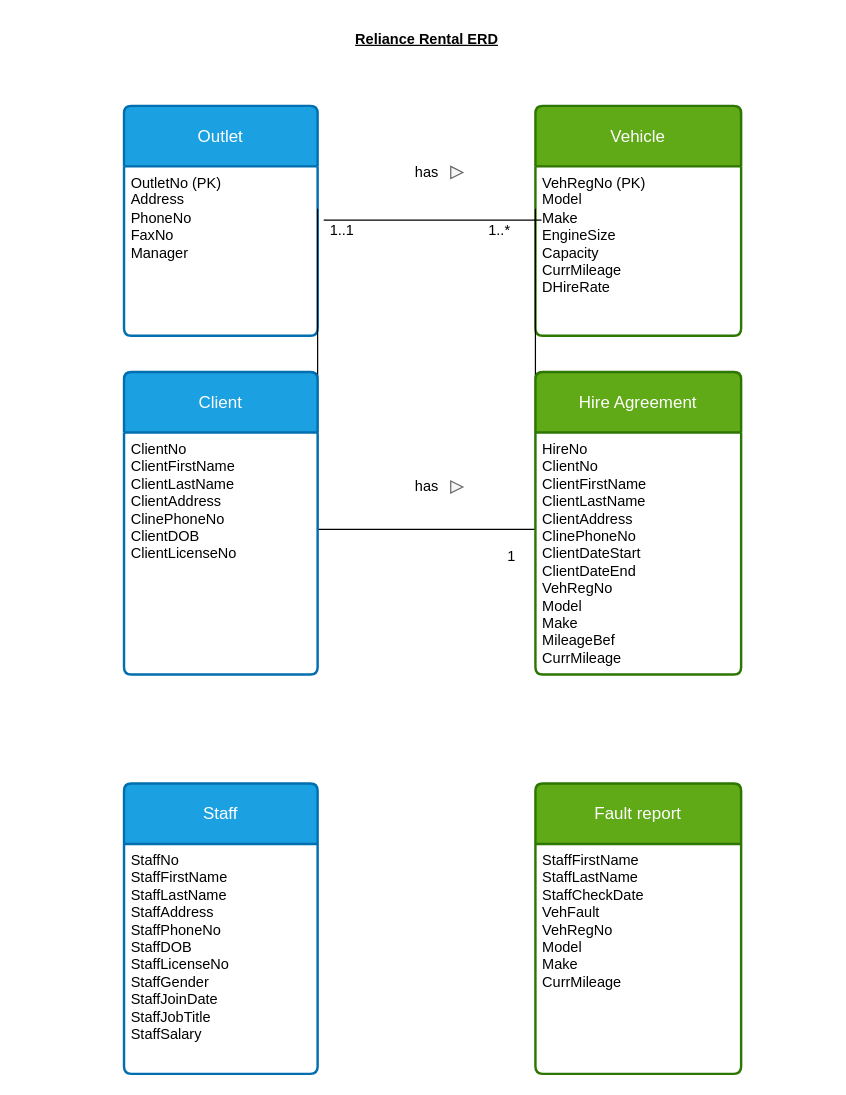
Zenorang/Website keeps this draw.io diagram as Untitled Diagram.drawio. Above is the earlier version. Source tidied: cells renumbered, new cells numbered last; positions are measured from the earlier drawing's top-left corner, leaving out a move shared by most shapes. Both pictures are drawn from the tidied source at 121%, with x=0, y=0 at pixel (123, 21).
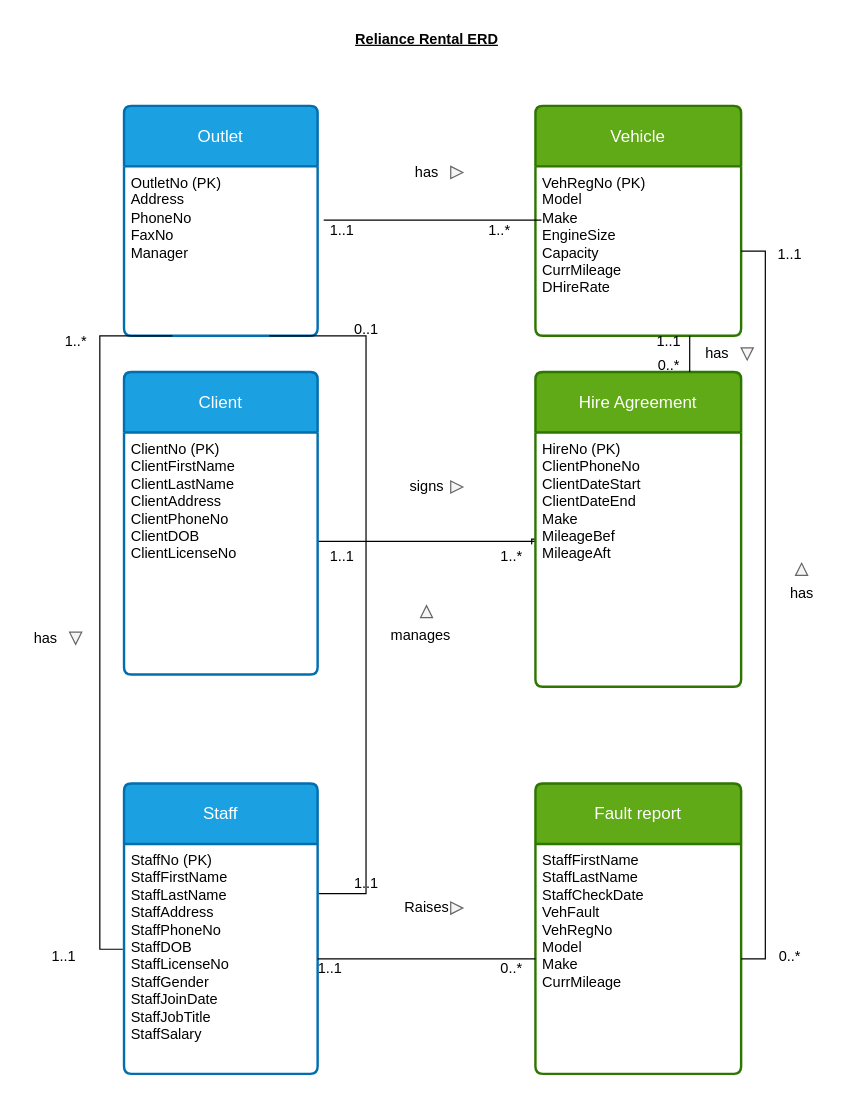
The same page after the edit.

The change refers to these unchanged cells:
```xml
<mxCell id="3" value="OutletNo (PK)&lt;div&gt;Address&lt;/div&gt;&lt;div&gt;PhoneNo&lt;/div&gt;&lt;div&gt;FaxNo&lt;/div&gt;&lt;div&gt;&lt;span&gt;&lt;font style=&quot;color: light-dark(rgb(0, 0, 0), rgb(102, 102, 255));&quot;&gt;Manager&lt;/font&gt;&lt;/span&gt;&lt;/div&gt;" style="align=left;strokeColor=none;fillColor=none;spacingLeft=4;spacingRight=4;fontSize=12;verticalAlign=top;html=1;whiteSpace=wrap;" parent="2" vertex="1">
  <mxGeometry y="50" width="160" height="140" as="geometry" />
</mxCell>
<mxCell id="5" value="VehRegNo (PK)&lt;div&gt;Model&lt;/div&gt;&lt;div&gt;Make&lt;/div&gt;&lt;div&gt;EngineSize&lt;/div&gt;&lt;div&gt;Capacity&lt;/div&gt;&lt;div&gt;CurrMileage&lt;/div&gt;&lt;div&gt;DHireRate&lt;/div&gt;" style="align=left;strokeColor=none;fillColor=none;spacingLeft=4;spacingRight=4;fontSize=12;verticalAlign=top;html=1;whiteSpace=wrap;" parent="4" vertex="1">
  <mxGeometry y="50" width="170" height="140" as="geometry" />
</mxCell>
<mxCell id="12" value="Client" style="swimlane;horizontal=1;startSize=50;rounded=1;fontSize=14;fontStyle=0;strokeWidth=2;shadow=0;dashed=0;align=center;arcSize=4;whiteSpace=wrap;html=1;fillColor=#1ba1e2;fontColor=#ffffff;strokeColor=#006EAF;" parent="1" vertex="1">
  <mxGeometry y="290" width="160" height="250" as="geometry" />
</mxCell>
<mxCell id="16" value="Staff" style="swimlane;horizontal=1;startSize=50;rounded=1;fontSize=14;fontStyle=0;strokeWidth=2;shadow=0;dashed=0;align=center;arcSize=4;whiteSpace=wrap;html=1;fillColor=#1ba1e2;fontColor=#ffffff;strokeColor=#006EAF;" parent="1" vertex="1">
  <mxGeometry y="630" width="160" height="240" as="geometry" />
</mxCell>
<mxCell id="19" value="StaffFirstName&lt;div&gt;StaffLastName&lt;/div&gt;&lt;div&gt;StaffCheckDate&lt;/div&gt;&lt;div&gt;VehFault&lt;/div&gt;&lt;div&gt;VehRegNo&lt;/div&gt;&lt;div&gt;Model&lt;/div&gt;&lt;div&gt;Make&lt;/div&gt;&lt;div&gt;CurrMileage&lt;/div&gt;" style="align=left;strokeColor=none;fillColor=none;spacingLeft=4;spacingRight=4;fontSize=12;verticalAlign=top;html=1;whiteSpace=wrap;" parent="18" vertex="1">
  <mxGeometry y="50" width="170" height="190" as="geometry" />
</mxCell>
```

Change to the diagram source:
```diff
@@
-    <mxCell id="7" style="edgeStyle=orthogonalEdgeStyle;rounded=0;jettySize=auto;html=1;exitX=1;exitY=0.25;exitDx=0;exitDy=0;entryX=0;entryY=0.25;entryDx=0;entryDy=0;endArrow=none;startFill=0;" parent="1" edge="1" source="3" target="5">
+    <mxCell id="7" style="edgeStyle=orthogonalEdgeStyle;rounded=0;jettySize=auto;html=1;entryX=-0.018;entryY=0.44;entryDx=0;entryDy=0;endArrow=none;startFill=0;entryPerimeter=0;" parent="1" edge="1" source="13" target="15">
       <mxGeometry relative="1" as="geometry">
         <Array as="points">
-          <mxPoint x="160" y="420" />
-          <mxPoint x="340" y="420" />
+          <mxPoint x="340" y="430" />
+          <mxPoint x="340" y="428" />
         </Array>
       </mxGeometry>
     </mxCell>
@@
+    <mxCell id="24" style="edgeStyle=orthogonalEdgeStyle;rounded=0;jettySize=auto;html=1;exitX=-0.006;exitY=0.458;exitDx=0;exitDy=0;entryX=0.25;entryY=1;entryDx=0;entryDy=0;endArrow=none;startFill=0;exitPerimeter=0;" parent="1" edge="1" source="17" target="3">
+      <mxGeometry relative="1" as="geometry">
+        <Array as="points">
+          <mxPoint x="-20" y="767" />
+          <mxPoint x="-20" y="260" />
+        </Array>
+      </mxGeometry>
+    </mxCell>
@@
-    <mxCell id="13" value="&lt;div&gt;ClientNo&lt;/div&gt;&lt;div&gt;&lt;span style=&quot;background-color: transparent; color: light-dark(rgb(0, 0, 0), rgb(255, 255, 255));&quot;&gt;ClientFirstName&lt;/span&gt;&lt;/div&gt;&lt;div&gt;&lt;span style=&quot;background-color: transparent; color: light-dark(rgb(0, 0, 0), rgb(255, 255, 255));&quot;&gt;ClientLastName&lt;/span&gt;&lt;/div&gt;&lt;div&gt;&lt;span style=&quot;background-color: transparent; color: light-dark(rgb(0, 0, 0), rgb(255, 255, 255));&quot;&gt;ClientAddress&lt;/span&gt;&lt;/div&gt;&lt;div&gt;ClinePhoneNo&lt;/div&gt;&lt;div&gt;ClientDOB&lt;/div&gt;&lt;div&gt;ClientLicenseNo&lt;span style=&quot;white-space: pre;&quot;&gt;&#9;&lt;/span&gt;&lt;/div&gt;" style="align=left;strokeColor=none;fillColor=none;spacingLeft=4;spacingRight=4;fontSize=12;verticalAlign=top;html=1;whiteSpace=wrap;" parent="12" vertex="1">
+    <mxCell id="13" value="&lt;div&gt;ClientNo (PK)&lt;/div&gt;&lt;div&gt;&lt;span style=&quot;background-color: transparent; color: light-dark(rgb(0, 0, 0), rgb(255, 255, 255));&quot;&gt;ClientFirstName&lt;/span&gt;&lt;/div&gt;&lt;div&gt;&lt;span style=&quot;background-color: transparent; color: light-dark(rgb(0, 0, 0), rgb(255, 255, 255));&quot;&gt;ClientLastName&lt;/span&gt;&lt;/div&gt;&lt;div&gt;&lt;span style=&quot;background-color: transparent; color: light-dark(rgb(0, 0, 0), rgb(255, 255, 255));&quot;&gt;ClientAddress&lt;/span&gt;&lt;/div&gt;&lt;div&gt;ClientPhoneNo&lt;/div&gt;&lt;div&gt;ClientDOB&lt;/div&gt;&lt;div&gt;ClientLicenseNo&lt;span style=&quot;white-space: pre;&quot;&gt;&#9;&lt;/span&gt;&lt;/div&gt;" style="align=left;strokeColor=none;fillColor=none;spacingLeft=4;spacingRight=4;fontSize=12;verticalAlign=top;html=1;whiteSpace=wrap;" parent="12" vertex="1">
       <mxGeometry y="50" width="160" height="200" as="geometry" />
     </mxCell>
     <mxCell id="14" value="Hire Agreement" style="swimlane;horizontal=1;startSize=50;rounded=1;fontSize=14;fontStyle=0;strokeWidth=2;shadow=0;dashed=0;align=center;arcSize=4;whiteSpace=wrap;html=1;fillColor=#60a917;fontColor=#ffffff;strokeColor=#2D7600;" parent="1" vertex="1">
-      <mxGeometry x="340" y="290" width="170" height="250" as="geometry" />
+      <mxGeometry x="340" y="290" width="170" height="260" as="geometry" />
     </mxCell>
-    <mxCell id="15" value="HireNo&lt;div&gt;ClientNo&lt;/div&gt;&lt;div&gt;&lt;span style=&quot;background-color: transparent; color: light-dark(rgb(0, 0, 0), rgb(255, 255, 255));&quot;&gt;ClientFirstName&lt;/span&gt;&lt;/div&gt;&lt;div&gt;&lt;span style=&quot;background-color: transparent; color: light-dark(rgb(0, 0, 0), rgb(255, 255, 255));&quot;&gt;ClientLastName&lt;/span&gt;&lt;/div&gt;&lt;div&gt;&lt;span style=&quot;background-color: transparent; color: light-dark(rgb(0, 0, 0), rgb(255, 255, 255));&quot;&gt;ClientAddress&lt;/span&gt;&lt;/div&gt;&lt;div&gt;ClinePhoneNo&lt;/div&gt;&lt;div&gt;ClientDateStart&lt;/div&gt;&lt;div&gt;ClientDateEnd&lt;/div&gt;&lt;div&gt;VehRegNo&lt;/div&gt;&lt;div&gt;Model&lt;/div&gt;&lt;div&gt;Make&lt;/div&gt;&lt;div&gt;MileageBef&lt;/div&gt;&lt;div&gt;CurrMileage&lt;/div&gt;" style="align=left;strokeColor=none;fillColor=none;spacingLeft=4;spacingRight=4;fontSize=12;verticalAlign=top;html=1;whiteSpace=wrap;" parent="14" vertex="1">
-      <mxGeometry y="50" width="170" height="200" as="geometry" />
+    <mxCell id="15" value="HireNo (PK)&lt;div&gt;ClientPhoneNo&lt;/div&gt;&lt;div&gt;ClientDateStart&lt;/div&gt;&lt;div&gt;ClientDateEnd&lt;/div&gt;&lt;div&gt;Make&lt;/div&gt;&lt;div&gt;MileageBef&lt;/div&gt;&lt;div&gt;MileageAft&lt;/div&gt;" style="align=left;strokeColor=none;fillColor=none;spacingLeft=4;spacingRight=4;fontSize=12;verticalAlign=top;html=1;whiteSpace=wrap;" parent="14" vertex="1">
+      <mxGeometry y="50" width="170" height="210" as="geometry" />
     </mxCell>
@@
-    <mxCell id="17" value="StaffNo&lt;div&gt;StaffFirstName&lt;/div&gt;&lt;div&gt;StaffLastName&lt;/div&gt;&lt;div&gt;StaffAddress&lt;/div&gt;&lt;div&gt;StaffPhoneNo&lt;/div&gt;&lt;div&gt;StaffDOB&lt;/div&gt;&lt;div&gt;StaffLicenseNo&lt;/div&gt;&lt;div&gt;StaffGender&lt;/div&gt;&lt;div&gt;StaffJoinDate&lt;/div&gt;&lt;div&gt;StaffJobTitle&lt;/div&gt;&lt;div&gt;StaffSalary&lt;/div&gt;" style="align=left;strokeColor=none;fillColor=none;spacingLeft=4;spacingRight=4;fontSize=12;verticalAlign=top;html=1;whiteSpace=wrap;" parent="16" vertex="1">
+    <mxCell id="17" value="StaffNo (PK)&lt;div&gt;StaffFirstName&lt;/div&gt;&lt;div&gt;StaffLastName&lt;/div&gt;&lt;div&gt;StaffAddress&lt;/div&gt;&lt;div&gt;StaffPhoneNo&lt;/div&gt;&lt;div&gt;StaffDOB&lt;/div&gt;&lt;div&gt;StaffLicenseNo&lt;/div&gt;&lt;div&gt;StaffGender&lt;/div&gt;&lt;div&gt;StaffJoinDate&lt;/div&gt;&lt;div&gt;StaffJobTitle&lt;/div&gt;&lt;div&gt;StaffSalary&lt;/div&gt;" style="align=left;strokeColor=none;fillColor=none;spacingLeft=4;spacingRight=4;fontSize=12;verticalAlign=top;html=1;whiteSpace=wrap;" parent="16" vertex="1">
       <mxGeometry y="50" width="160" height="190" as="geometry" />
     </mxCell>
@@
-    <mxCell id="22" value="has" style="text;html=1;align=center;verticalAlign=middle;strokeColor=none;fillColor=none;" parent="1" vertex="1">
-      <mxGeometry x="230" y="370" width="40" height="30" as="geometry" />
+    <mxCell id="22" value="signs" style="text;html=1;align=center;verticalAlign=middle;strokeColor=none;fillColor=none;" parent="1" vertex="1">
+      <mxGeometry x="225" y="370" width="50" height="30" as="geometry" />
     </mxCell>
-    <mxCell id="23" value="1" style="text;html=1;align=center;verticalAlign=middle;strokeColor=none;fillColor=none;" parent="1" vertex="1">
-      <mxGeometry x="305" y="428" width="30" height="30" as="geometry" />
+    <mxCell id="23" value="&lt;div&gt;1..*&lt;/div&gt;" style="text;html=1;align=center;verticalAlign=middle;strokeColor=none;fillColor=none;" parent="1" vertex="1">
+      <mxGeometry x="300" y="428" width="40" height="30" as="geometry" />
     </mxCell>
+    <mxCell id="25" value="1..1" style="text;html=1;align=center;verticalAlign=middle;strokeColor=none;fillColor=none;" parent="1" vertex="1">
+      <mxGeometry x="160" y="428" width="40" height="30" as="geometry" />
+    </mxCell>
+    <mxCell id="26" style="edgeStyle=orthogonalEdgeStyle;rounded=0;jettySize=auto;html=1;exitX=1;exitY=0.5;exitDx=0;exitDy=0;entryX=0;entryY=0.5;entryDx=0;entryDy=0;startArrow=none;startFill=0;endArrow=none;" parent="1" edge="1" source="17" target="19">
+      <mxGeometry relative="1" as="geometry" />
+    </mxCell>
+    <mxCell id="27" value="Raises" style="text;html=1;align=center;verticalAlign=middle;strokeColor=none;fillColor=none;" parent="1" vertex="1">
+      <mxGeometry x="220" y="718" width="60" height="30" as="geometry" />
+    </mxCell>
+    <mxCell id="28" style="triangle;whiteSpace=wrap;html=1;fillColor=light-dark(#F5F5F5,#1A1919);fontColor=#333333;strokeColor=#666666;" parent="1" vertex="1">
+      <mxGeometry x="270" y="728" width="10" height="10" as="geometry" />
+    </mxCell>
+    <mxCell id="29" value="1..1" style="text;html=1;align=center;verticalAlign=middle;strokeColor=none;fillColor=none;" parent="1" vertex="1">
+      <mxGeometry x="150" y="768" width="40" height="30" as="geometry" />
+    </mxCell>
+    <mxCell id="30" value="0..*" style="text;html=1;align=center;verticalAlign=middle;strokeColor=none;fillColor=none;" parent="1" vertex="1">
+      <mxGeometry x="300" y="768" width="40" height="30" as="geometry" />
+    </mxCell>
+    <mxCell id="31" style="edgeStyle=orthogonalEdgeStyle;rounded=0;jettySize=auto;html=1;exitX=1;exitY=0.5;exitDx=0;exitDy=0;entryX=1;entryY=0.5;entryDx=0;entryDy=0;endArrow=none;startFill=0;" parent="1" edge="1" source="19" target="5">
+      <mxGeometry relative="1" as="geometry" />
+    </mxCell>
+    <mxCell id="32" value="1..1" style="text;html=1;align=center;verticalAlign=middle;strokeColor=none;fillColor=none;" parent="1" vertex="1">
+      <mxGeometry x="530" y="178" width="40" height="30" as="geometry" />
+    </mxCell>
+    <mxCell id="33" value="0..*" style="text;html=1;align=center;verticalAlign=middle;strokeColor=none;fillColor=none;" parent="1" vertex="1">
+      <mxGeometry x="530" y="758" width="40" height="30" as="geometry" />
+    </mxCell>
+    <mxCell id="34" value="has" style="text;html=1;align=center;verticalAlign=middle;strokeColor=none;fillColor=none;" parent="1" vertex="1">
+      <mxGeometry x="540" y="458" width="40" height="30" as="geometry" />
+    </mxCell>
+    <mxCell id="35" style="triangle;whiteSpace=wrap;html=1;fillColor=light-dark(#F5F5F5,#1A1919);fontColor=#333333;strokeColor=#666666;rotation=-90;" parent="1" vertex="1">
+      <mxGeometry x="555" y="448" width="10" height="10" as="geometry" />
+    </mxCell>
+    <mxCell id="36" style="edgeStyle=orthogonalEdgeStyle;rounded=0;jettySize=auto;html=1;exitX=0.75;exitY=1;exitDx=0;exitDy=0;entryX=1.006;entryY=0.216;entryDx=0;entryDy=0;endArrow=none;startFill=0;entryPerimeter=0;" parent="1" edge="1" source="3" target="17">
+      <mxGeometry relative="1" as="geometry">
+        <Array as="points">
+          <mxPoint x="200" y="260" />
+          <mxPoint x="200" y="721" />
+        </Array>
+      </mxGeometry>
+    </mxCell>
+    <mxCell id="37" value="0..1" style="text;html=1;align=center;verticalAlign=middle;strokeColor=none;fillColor=none;" parent="1" vertex="1">
+      <mxGeometry x="180" y="240" width="40" height="30" as="geometry" />
+    </mxCell>
+    <mxCell id="38" value="1..1" style="text;html=1;align=center;verticalAlign=middle;strokeColor=none;fillColor=none;" parent="1" vertex="1">
+      <mxGeometry x="180" y="698" width="40" height="30" as="geometry" />
+    </mxCell>
+    <mxCell id="39" value="manages" style="text;html=1;align=center;verticalAlign=middle;strokeColor=none;fillColor=none;" parent="1" vertex="1">
+      <mxGeometry x="210" y="493" width="70" height="30" as="geometry" />
+    </mxCell>
+    <mxCell id="40" style="triangle;whiteSpace=wrap;html=1;fillColor=light-dark(#F5F5F5,#1A1919);fontColor=#333333;strokeColor=#666666;rotation=-90;" parent="1" vertex="1">
+      <mxGeometry x="245" y="483" width="10" height="10" as="geometry" />
+    </mxCell>
+    <mxCell id="41" value="1..1" style="text;html=1;align=center;verticalAlign=middle;strokeColor=none;fillColor=none;" parent="1" vertex="1">
+      <mxGeometry x="-70" y="758" width="40" height="30" as="geometry" />
+    </mxCell>
+    <mxCell id="42" value="1..*" style="text;html=1;align=center;verticalAlign=middle;strokeColor=none;fillColor=none;" parent="1" vertex="1">
+      <mxGeometry x="-60" y="250" width="40" height="30" as="geometry" />
+    </mxCell>
+    <mxCell id="43" value="has" style="text;html=1;align=center;verticalAlign=middle;strokeColor=none;fillColor=none;" parent="1" vertex="1">
+      <mxGeometry x="-85" y="495" width="40" height="30" as="geometry" />
+    </mxCell>
+    <mxCell id="44" style="triangle;whiteSpace=wrap;html=1;fillColor=light-dark(#F5F5F5,#1A1919);fontColor=#333333;strokeColor=#666666;rotation=90;" parent="1" vertex="1">
+      <mxGeometry x="-45" y="505" width="10" height="10" as="geometry" />
+    </mxCell>
+    <mxCell id="45" style="edgeStyle=orthogonalEdgeStyle;rounded=0;jettySize=auto;html=1;exitX=0.75;exitY=1;exitDx=0;exitDy=0;entryX=0.75;entryY=0;entryDx=0;entryDy=0;endArrow=none;startFill=0;" parent="1" edge="1" source="5" target="14">
+      <mxGeometry relative="1" as="geometry" />
+    </mxCell>
+    <mxCell id="46" value="1..1" style="text;html=1;align=center;verticalAlign=middle;strokeColor=none;fillColor=none;" parent="1" vertex="1">
+      <mxGeometry x="430" y="250" width="40" height="30" as="geometry" />
+    </mxCell>
+    <mxCell id="47" value="0..*" style="text;html=1;align=center;verticalAlign=middle;strokeColor=none;fillColor=none;" parent="1" vertex="1">
+      <mxGeometry x="430" y="270" width="40" height="30" as="geometry" />
+    </mxCell>
+    <mxCell id="48" value="has" style="text;html=1;align=center;verticalAlign=middle;strokeColor=none;fillColor=none;" parent="1" vertex="1">
+      <mxGeometry x="470" y="260" width="40" height="30" as="geometry" />
+    </mxCell>
+    <mxCell id="49" style="triangle;whiteSpace=wrap;html=1;fillColor=light-dark(#F5F5F5,#1A1919);fontColor=#333333;strokeColor=#666666;rotation=90;" parent="1" vertex="1">
+      <mxGeometry x="510" y="270" width="10" height="10" as="geometry" />
+    </mxCell>
```
